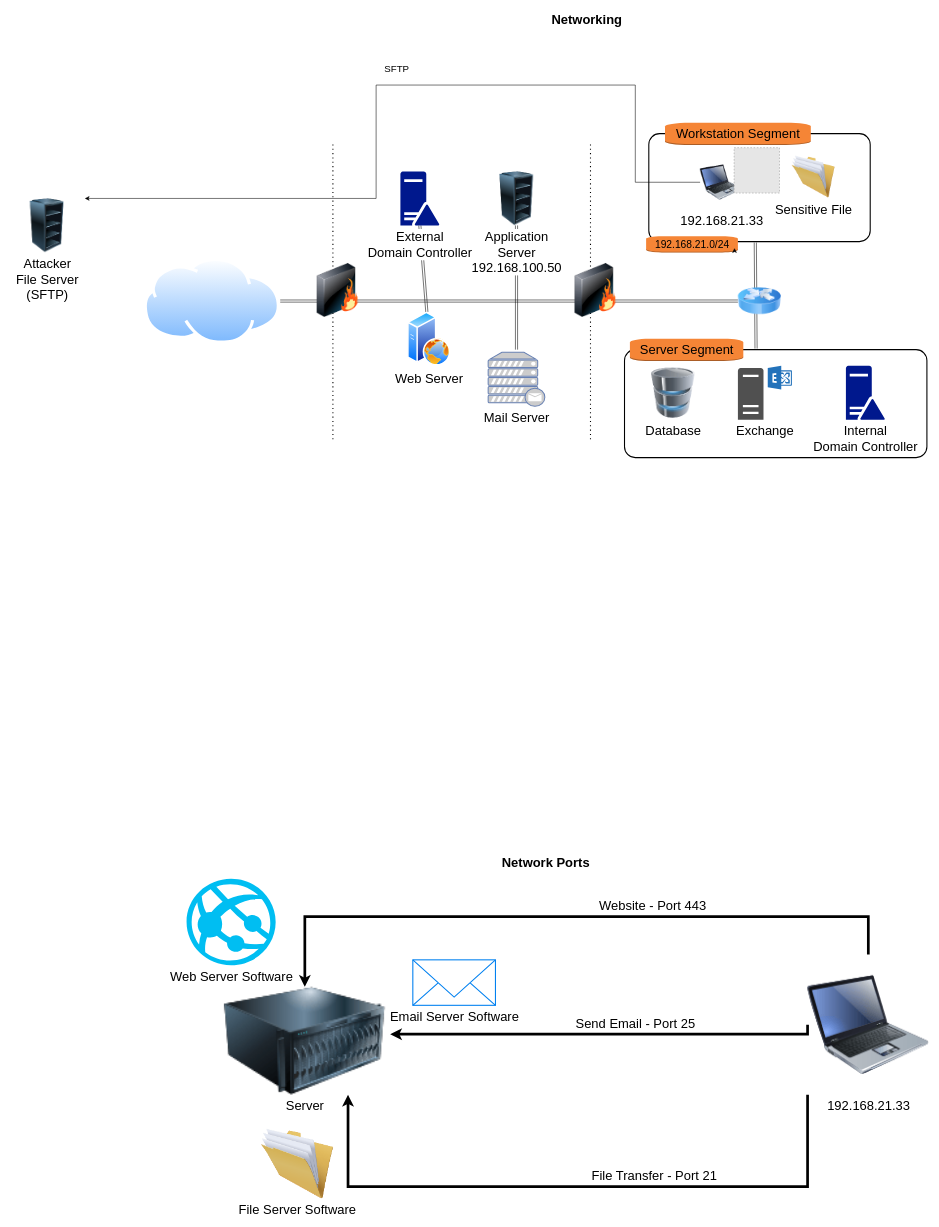
Earlier version of the draw.io diagram GEN_Networking_Explanation.drawio (hypercoyote/tdx). Source tidied: cells renumbered, new cells numbered last; positions are measured from the earlier drawing's top-left corner, leaving out a move shared by most shapes. Both pictures are drawn from the tidied source at 54%, with x=0, y=0 at pixel (9, 9). Pictures stored in the file or linked from it are replaced by grey dashed boxes.
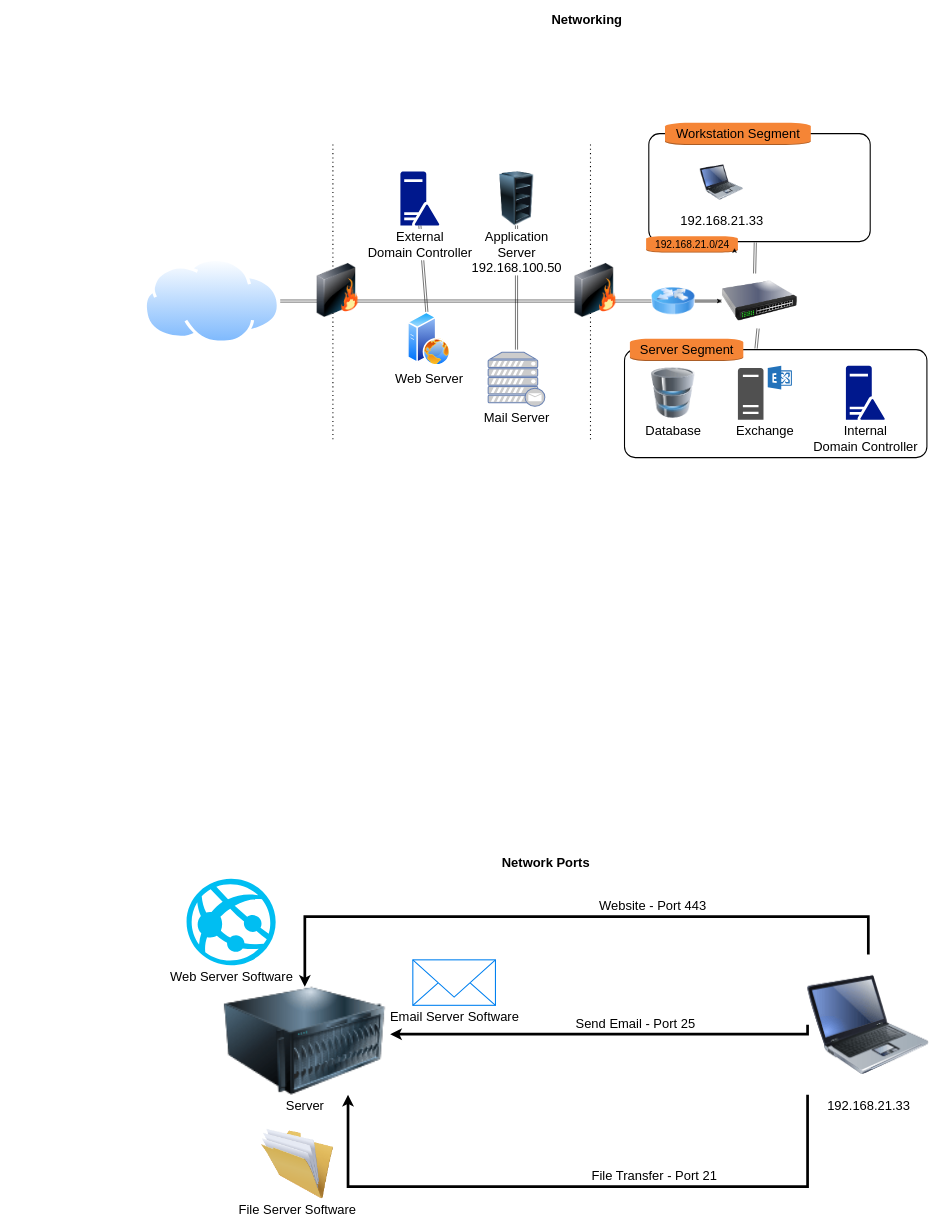
The same page after the edit.

The change refers to these unchanged cells:
```xml
<mxCell id="3" style="rounded=1;arcSize=10;dashed=0;fillColor=none;gradientColor=none;strokeWidth=2;fontSize=24;labelBackgroundColor=none;" parent="1" vertex="1">
  <mxGeometry x="1185" y="230" width="410" height="200" as="geometry" />
</mxCell>
<mxCell id="5" style="rounded=1;arcSize=10;dashed=0;fillColor=none;gradientColor=none;strokeWidth=2;fontSize=24;labelBackgroundColor=none;" parent="1" vertex="1">
  <mxGeometry x="1140" y="630" width="560" height="200" as="geometry" />
</mxCell>
<mxCell id="24" value="192.168.21.33" style="image;html=1;image=img/lib/clip_art/computers/Laptop_128x128.png;fontSize=24;labelBackgroundColor=none;" parent="1" vertex="1">
  <mxGeometry x="1280" y="270" width="80" height="100" as="geometry" />
</mxCell>
```

What changed in the source:
```diff
@@
-    <mxCell id="2" style="shape=link;html=1;rounded=0;fontSize=24;exitX=0.481;exitY=1.008;exitDx=0;exitDy=0;exitPerimeter=0;entryX=0.435;entryY=-0.01;entryDx=0;entryDy=0;entryPerimeter=0;labelBackgroundColor=none;" parent="1" edge="1" source="3" target="5">
+    <mxCell id="2" style="shape=link;html=1;rounded=0;fontSize=24;exitX=0.481;exitY=1.008;exitDx=0;exitDy=0;exitPerimeter=0;entryX=0.435;entryY=-0.01;entryDx=0;entryDy=0;entryPerimeter=0;labelBackgroundColor=none;width=4.2857142857142865;" parent="1" edge="1" source="47" target="5">
       <mxGeometry relative="1" as="geometry" />
     </mxCell>
@@
-    <mxCell id="22" style="edgeStyle=orthogonalEdgeStyle;rounded=0;jettySize=auto;html=1;exitX=0;exitY=0.5;exitDx=0;exitDy=0;" parent="1" edge="1" source="24" target="41">
-      <mxGeometry relative="1" as="geometry">
-        <Array as="points">
-          <mxPoint x="1160" y="320" />
-          <mxPoint x="1160" y="140" />
-          <mxPoint x="680" y="140" />
-          <mxPoint x="680" y="350" />
-        </Array>
-      </mxGeometry>
-    </mxCell>
-    <mxCell id="23" value="SFTP" style="edgeLabel;html=1;align=center;verticalAlign=middle;fontSize=18;" parent="22" vertex="1">
-      <mxGeometry x="-0.07" y="2" relative="1" as="geometry">
-        <mxPoint x="-32" y="-32" as="offset" />
-      </mxGeometry>
-    </mxCell>
@@
+    <mxCell id="44" style="edgeStyle=none;rounded=0;jettySize=auto;html=1;" parent="1" edge="1" source="25" target="47">
+      <mxGeometry relative="1" as="geometry" />
+    </mxCell>
     <mxCell id="25" style="image;html=1;image=img/lib/clip_art/networking/Router_Icon_128x128.png;fontSize=24;labelBackgroundColor=none;" parent="1" vertex="1">
-      <mxGeometry x="1350" y="500" width="80" height="80" as="geometry" />
+      <mxGeometry x="1190" y="500" width="80" height="80" as="geometry" />
     </mxCell>
@@
-    <mxCell id="41" value="Attacker&lt;br&gt;File Server&lt;br&gt;(SFTP)" style="image;html=1;image=img/lib/clip_art/computers/Server_Rack_Empty_128x128.png;fontSize=24;fontColor=default;labelBackgroundColor=default;" parent="1" vertex="1">
-      <mxGeometry x="0.5" y="350" width="140" height="100" as="geometry" />
-    </mxCell>
-    <mxCell id="42" style="fillColor=#E6E6E6;strokeColor=#999999;dashed=1;html=1;verticalAlign=top;verticalLabelPosition=bottom;labelBackgroundColor=#ffffff;" parent="1" vertex="1">
-      <mxGeometry x="1343" y="256" width="84" height="84" as="geometry" />
-    </mxCell>
-    <mxCell id="43" value="&lt;font style=&quot;font-size: 24px;&quot;&gt;Sensitive File&lt;/font&gt;" style="image;html=1;image=img/lib/clip_art/general/Full_Folder_128x128.png;" parent="1" vertex="1">
-      <mxGeometry x="1450" y="270" width="80" height="80" as="geometry" />
-    </mxCell>
+    <mxCell id="45" style="shape=link;html=1;rounded=0;fontSize=24;exitX=0.481;exitY=1.008;exitDx=0;exitDy=0;exitPerimeter=0;entryX=0.435;entryY=-0.01;entryDx=0;entryDy=0;entryPerimeter=0;labelBackgroundColor=none;" parent="1" edge="1" source="3" target="47">
+      <mxGeometry relative="1" as="geometry" />
+    </mxCell>
+    <mxCell id="46" style="edgeStyle=none;rounded=0;jettySize=auto;html=1;shape=link;" parent="1" edge="1" source="47" target="25">
+      <mxGeometry relative="1" as="geometry" />
+    </mxCell>
+    <mxCell id="47" style="image;html=1;image=img/lib/clip_art/networking/Switch_128x128.png;" parent="1" vertex="1">
+      <mxGeometry x="1320" y="490" width="140" height="100" as="geometry" />
+    </mxCell>
```
